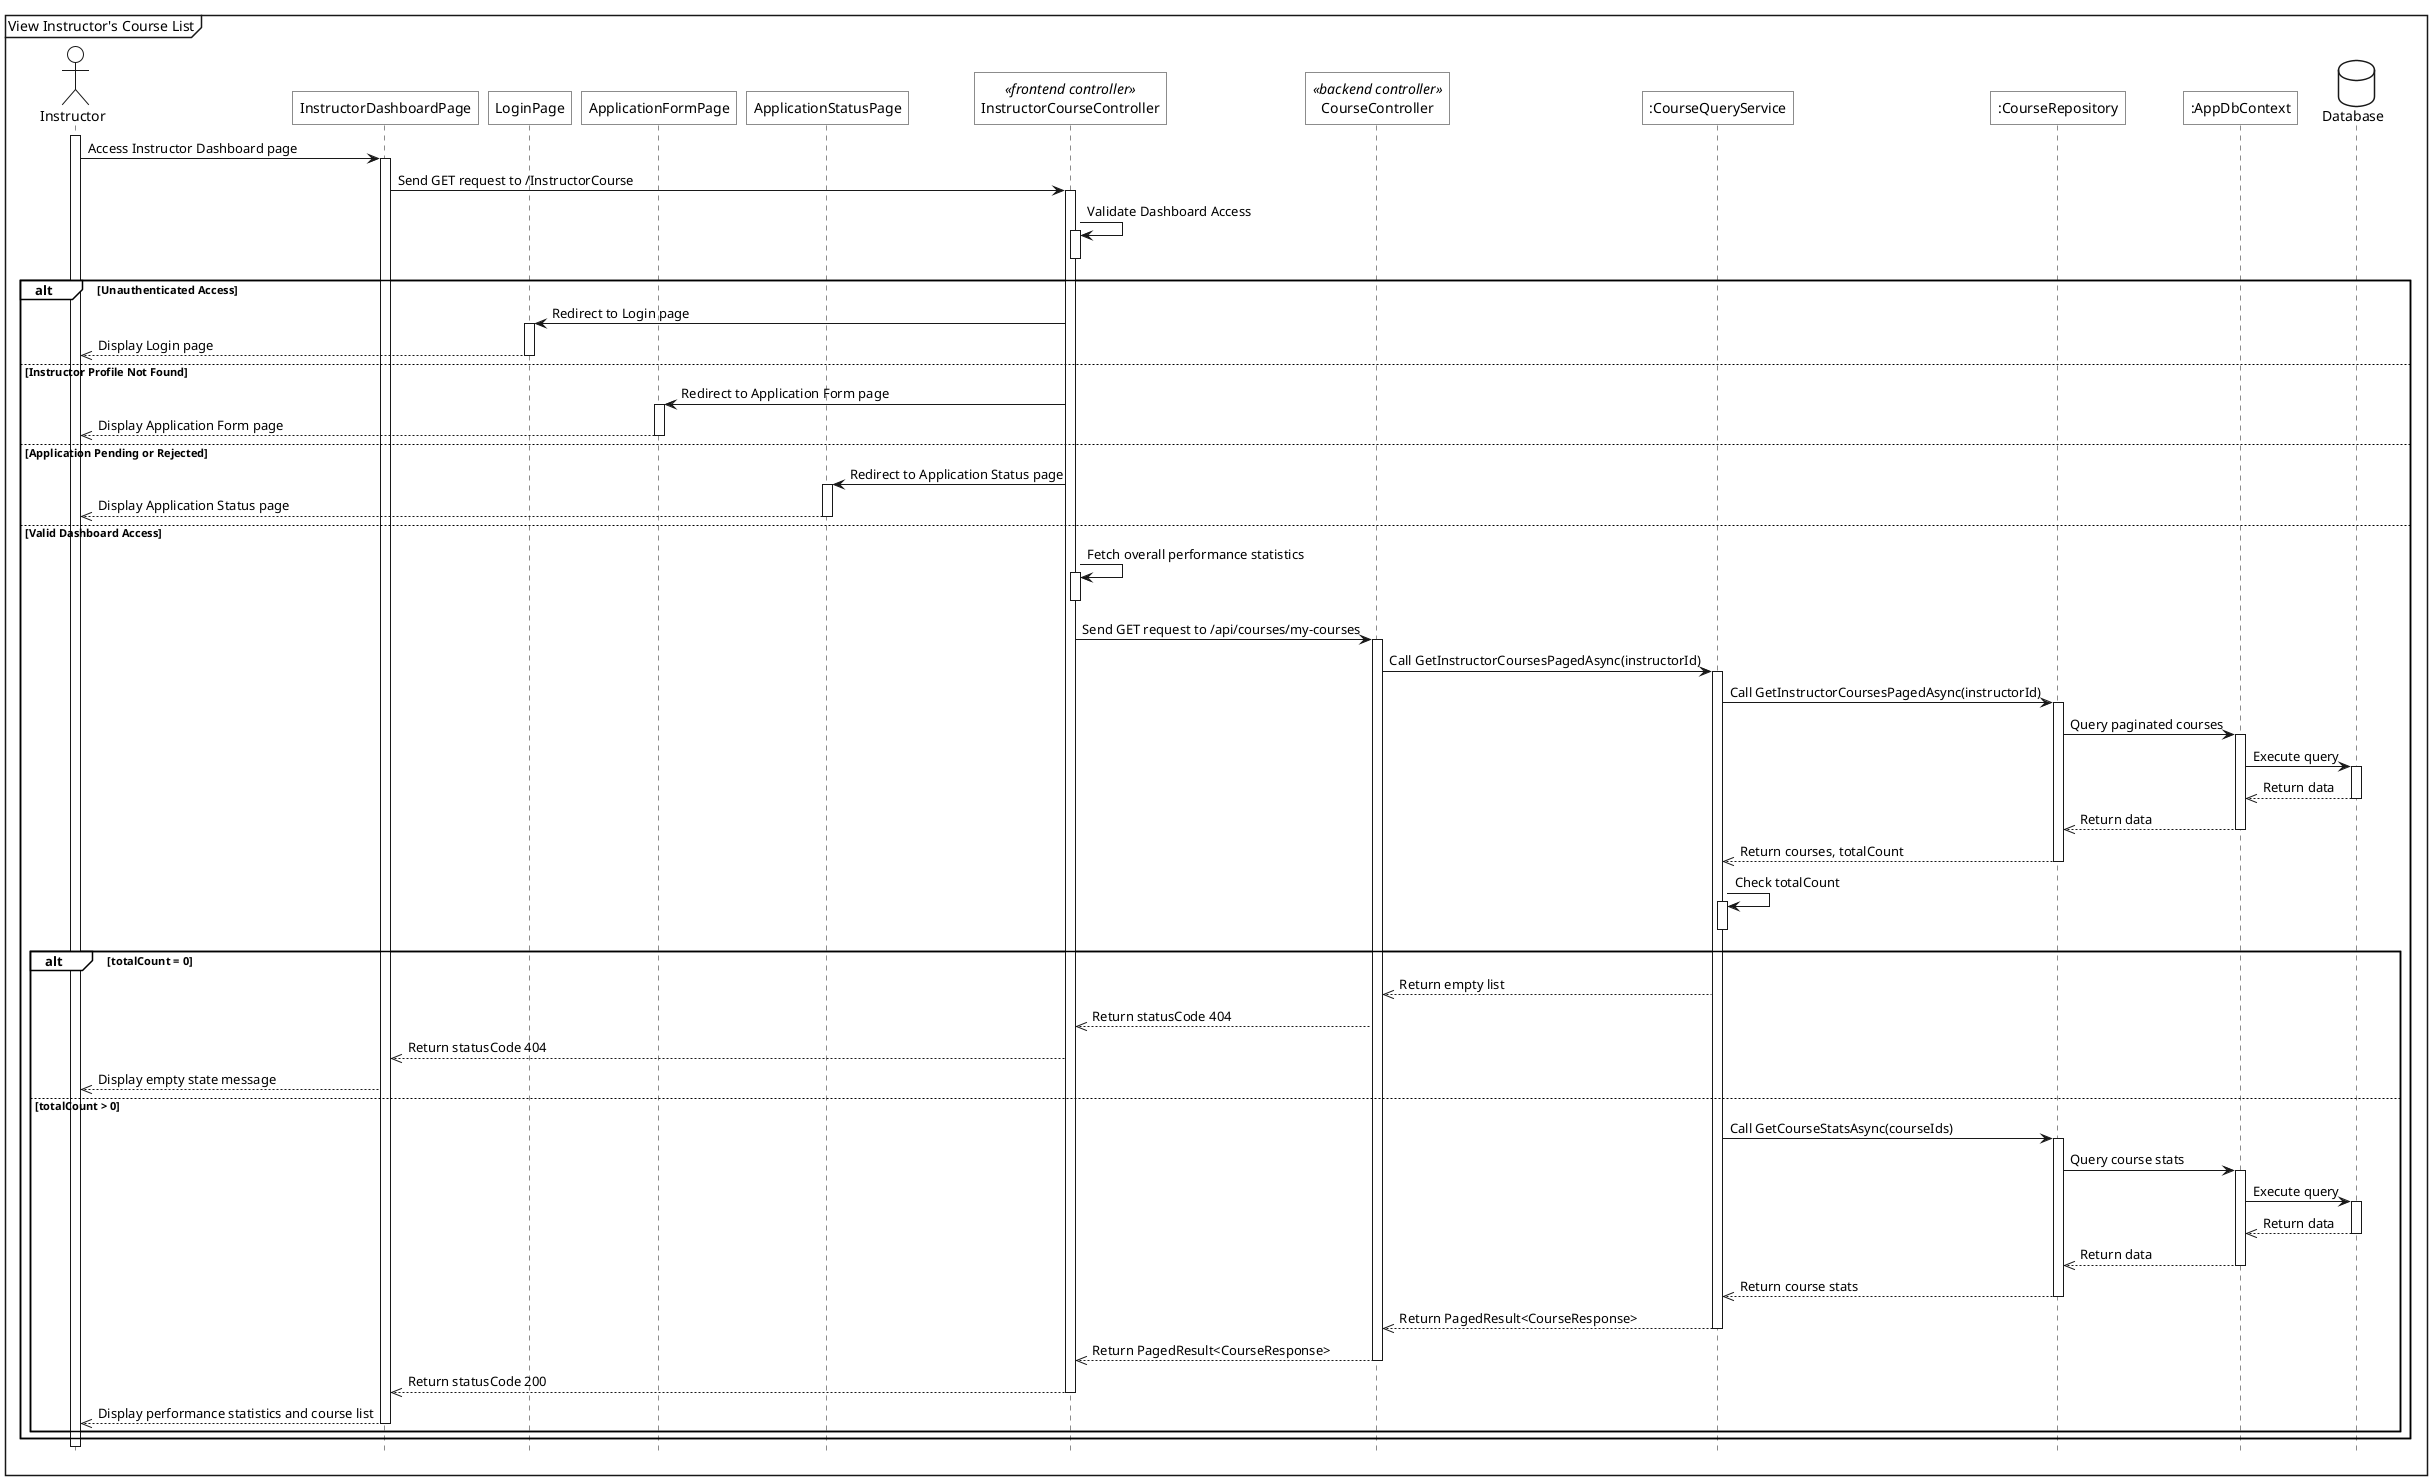
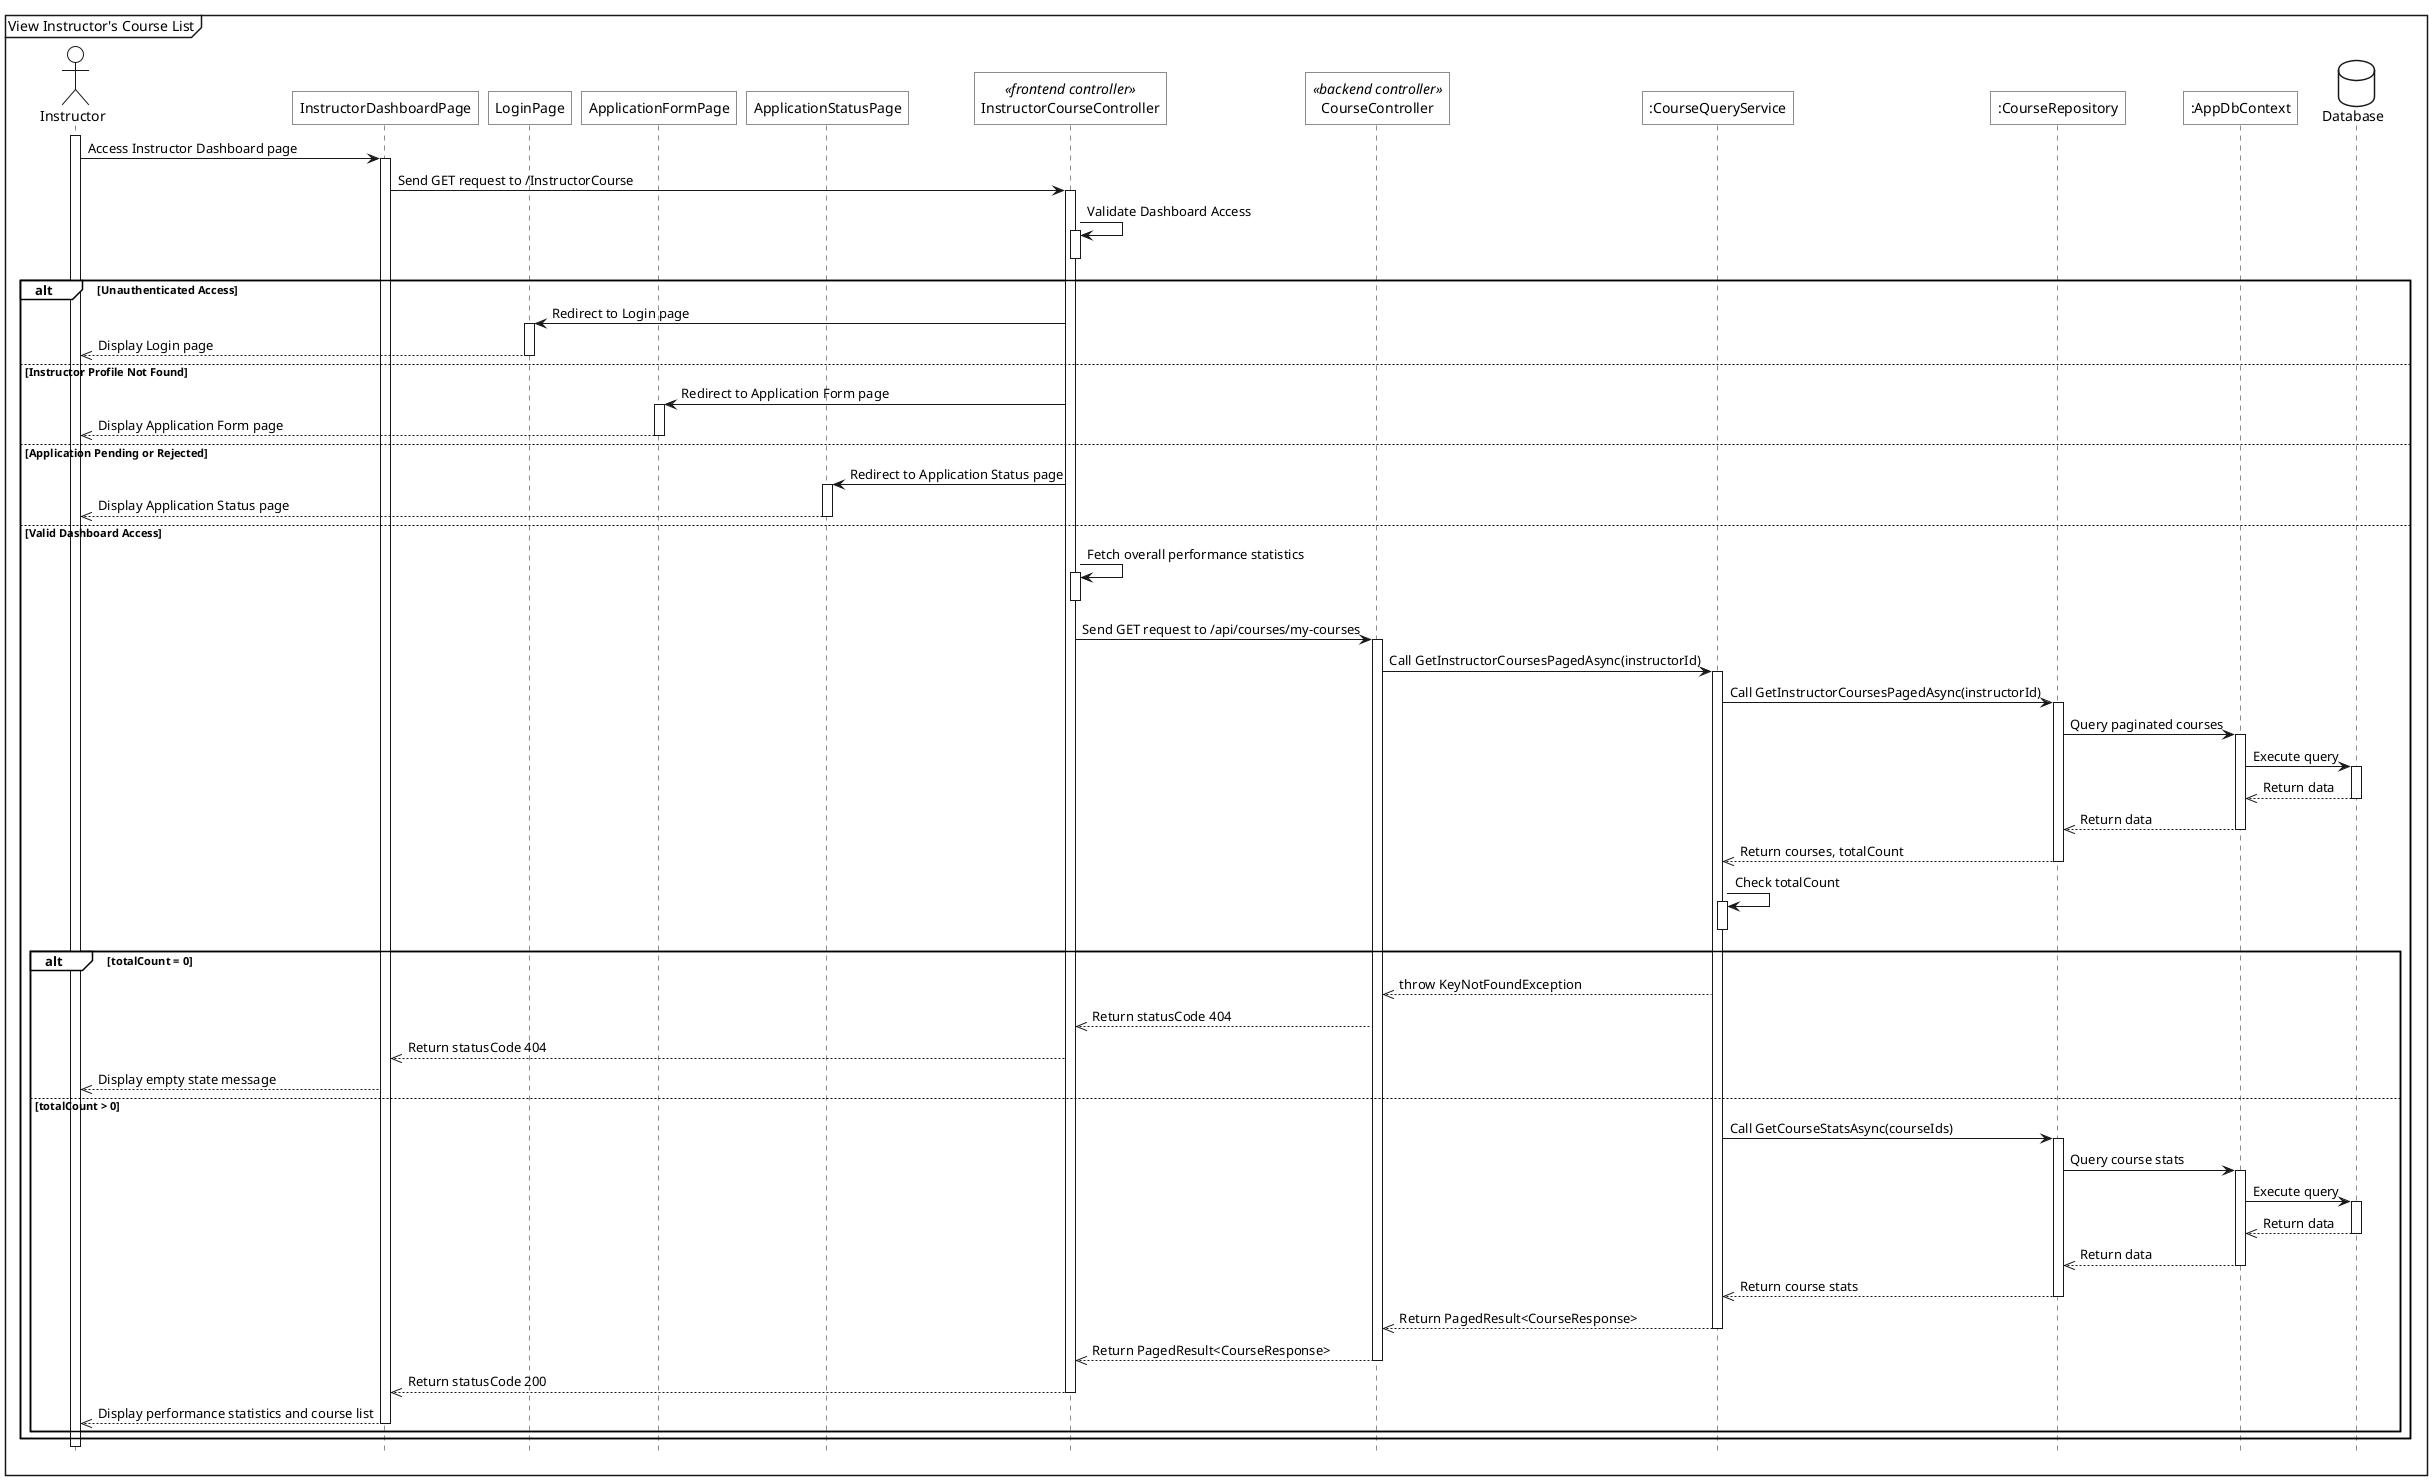
@startuml
<style>
    sequenceDiagram{
        actor{
            BackgroundColor white
            LineThickness 1.0
        }
        participant{
            BackgroundColor white
            RoundCorner 0
        }
        database{
            BackgroundColor white
        }
        groupHeader{
            BackgroundColor white
        }
        referenceHeader{
            BackgroundColor white
        }
        reference{
            BackgroundColor white
        }
    }
</style>

hide footbox

mainframe View Instructor's Course List

actor Instructor as act
participant "InstructorDashboardPage" as view
participant "LoginPage" as login_view
participant "ApplicationFormPage" as apply_view
participant "ApplicationStatusPage" as status_view
participant "InstructorCourseController" as fe_ctrl <<frontend controller>>
participant "CourseController" as be_course_ctrl <<backend controller>>
participant ":CourseQueryService" as course_sv
participant ":CourseRepository" as course_repo
participant ":AppDbContext" as ctx
database Database as db

act++
act -> view++: Access Instructor Dashboard page
view -> fe_ctrl++: Send GET request to /InstructorCourse

fe_ctrl -> fe_ctrl++: Validate Dashboard Access
fe_ctrl--
' redirection should use solid arrow with thick head, you basically request that page, am I right ?
alt Unauthenticated Access
    fe_ctrl -> login_view++: Redirect to Login page
    login_view -->> act--: Display Login page
else Instructor Profile Not Found
    fe_ctrl -> apply_view++: Redirect to Application Form page
    apply_view -->> act--: Display Application Form page
else Application Pending or Rejected
    fe_ctrl -> status_view++: Redirect to Application Status page
    status_view -->> act--: Display Application Status page
else Valid Dashboard Access
    fe_ctrl -> fe_ctrl++: Fetch overall performance statistics
    fe_ctrl--


    fe_ctrl -> be_course_ctrl++: Send GET request to /api/courses/my-courses
    be_course_ctrl -> course_sv++: Call GetInstructorCoursesPagedAsync(instructorId)

    course_sv -> course_repo++: Call GetInstructorCoursesPagedAsync(instructorId)
    course_repo -> ctx++: Query paginated courses
    ctx -> db++: Execute query
    db -->> ctx--: Return data
    ctx -->> course_repo--: Return data
    course_repo -->> course_sv--: Return courses, totalCount
    course_sv -> course_sv++: Check totalCount
    course_sv--


    alt totalCount = 0
-         course_sv -->> be_course_ctrl: Return empty list
+         course_sv -->> be_course_ctrl: throw KeyNotFoundException
        be_course_ctrl -->> fe_ctrl: Return statusCode 404
        fe_ctrl -->> view: Return statusCode 404
        view -->> act: Display empty state message
    else totalCount > 0

    course_sv -> course_repo++: Call GetCourseStatsAsync(courseIds)
    course_repo -> ctx++: Query course stats
    ctx -> db++: Execute query


    db -->> ctx--: Return data
    ctx -->> course_repo--: Return data
    course_repo -->> course_sv--: Return course stats

    course_sv -->> be_course_ctrl--: Return PagedResult<CourseResponse>
    be_course_ctrl -->> fe_ctrl--: Return PagedResult<CourseResponse>

        fe_ctrl -->> view--: Return statusCode 200
        view -->> act--: Display performance statistics and course list


    end
end
@enduml
